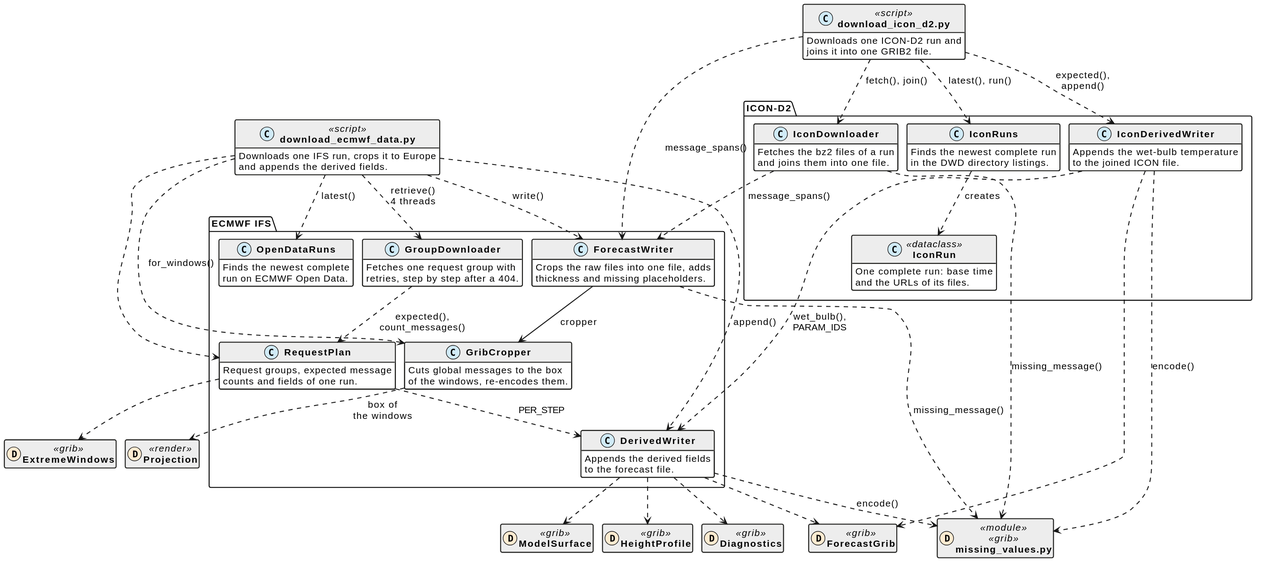
schletz/wetterkartenviewer keeps this PlantUML diagram as docs/download.svg. Above is the earlier version.
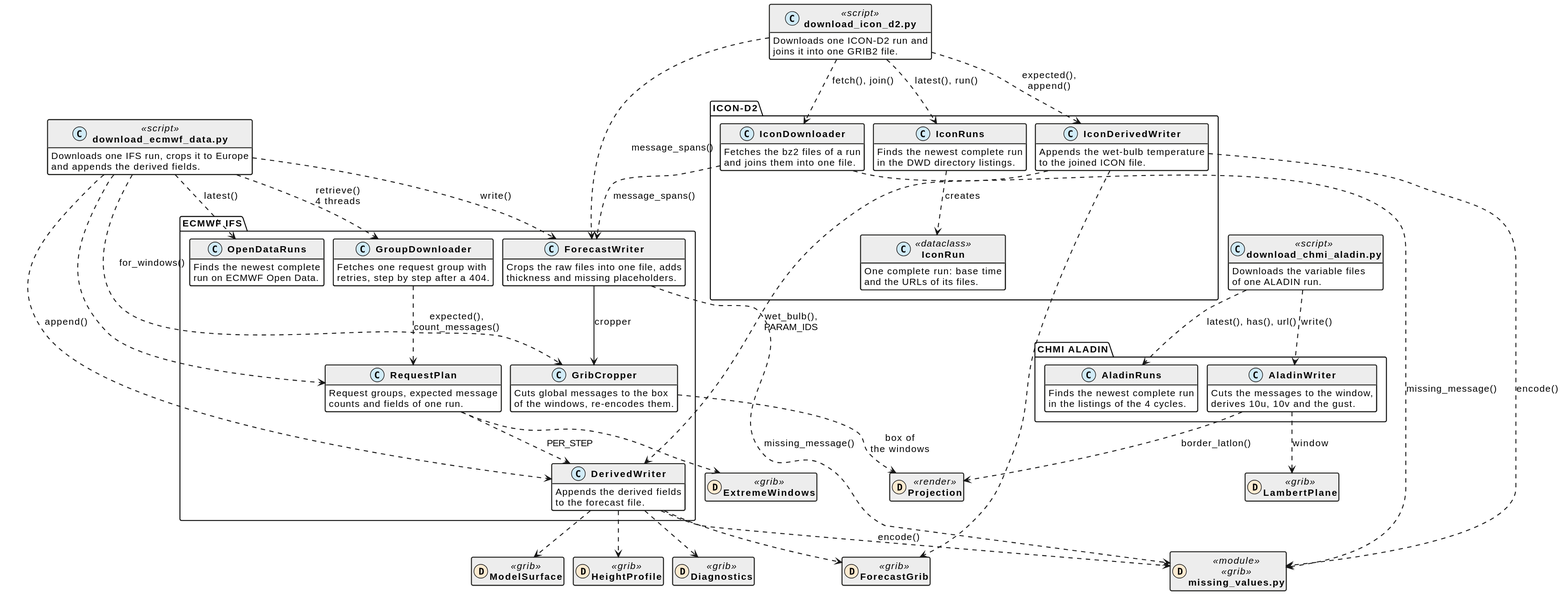
After the change.

What changed in the source:
```diff
@@ -50,6 +50,20 @@
  Downloads one ICON-D2 run and
  joins it into one GRIB2 file.
 }
+class "download_chmi_aladin.py" as download_aladin <<script>> {
+ Downloads the variable files
+ of one ALADIN run.
+}
+package "CHMI ALADIN" {
+ class AladinRuns {
+ Finds the newest complete run
+ in the listings of the 4 cycles.
+ }
+ class AladinWriter {
+ Cuts the messages to the window,
+ derives 10u, 10v and the gust.
+ }
+}
 package "ECMWF IFS" {
  class OpenDataRuns {
  Finds the newest complete
@@ -101,6 +115,11 @@
 class HeightProfile << (D,#fdebd1) grib >>
 class Diagnostics << (D,#fdebd1) grib >>
 class Projection << (D,#fdebd1) render >>
+class LambertPlane << (D,#fdebd1) grib >>
+download_aladin ..> AladinRuns : latest(), has(), url()
+download_aladin ..> AladinWriter : write()
+AladinWriter ..> LambertPlane : window
+AladinWriter ..> Projection : border_latlon()
 download_ecmwf ..> OpenDataRuns : latest()
 download_ecmwf ..> RequestPlan
 download_ecmwf ..> GroupDownloader : retrieve()\n4 threads
```
